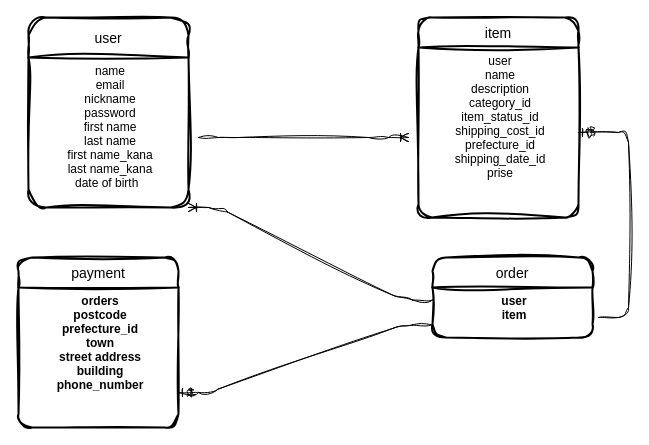
The draw.io diagram .dio in murakamihibiki/furima-39596, before the edit. Source tidied: cells renumbered, new cells numbered last; positions are measured from the earlier drawing's top-left corner, leaving out a move shared by most shapes. Both pictures are drawn from the tidied source at 100%, with x=0, y=0 at pixel (18, 17).
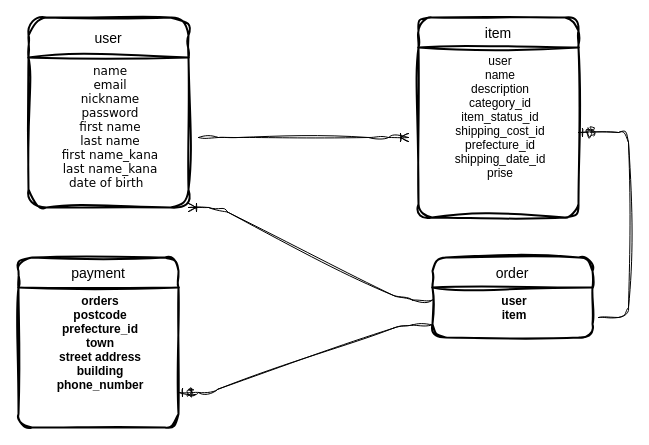
Above is the later version.

The edit, as a diff of the source:
```diff
@@
 <mxGraphModel>
   <root>
     <mxCell id="0" />
     <mxCell id="1" parent="0" />
     <mxCell id="2" value="user" style="swimlane;horizontal=1;startSize=40;rounded=1;fontSize=14;fontStyle=0;strokeWidth=2;shadow=0;dashed=0;align=center;sketch=1;curveFitting=1;jiggle=2;fontFamily=Helvetica;" parent="1" vertex="1">
       <mxGeometry x="10" width="160" height="190" as="geometry" />
     </mxCell>
-    <mxCell id="3" value="name&#10;email&#10;nickname&#10;password&#10;first name&#10;last name&#10;first name_kana&#10;last name_kana&#10;date of birth  &#10;" style="align=center;strokeColor=none;fillColor=none;spacingLeft=4;fontSize=12;verticalAlign=top;sketch=1;curveFitting=1;jiggle=2;fontFamily=Helvetica;" parent="2" vertex="1">
+    <mxCell id="3" value="name&#10;email&#10;nickname&#10;password&#10;first name&#10;last name&#10;first name_kana&#10;last name_kana&#10;date of birth  &#10;" style="align=center;strokeColor=none;fillColor=none;spacingLeft=4;fontSize=12;verticalAlign=top;sketch=1;curveFitting=1;jiggle=2;fontFamily=Verdana;" parent="2" vertex="1">
       <mxGeometry y="40" width="160" height="150" as="geometry" />
     </mxCell>
     <mxCell id="4" value="item" style="swimlane;horizontal=1;startSize=30;rounded=1;fontSize=14;fontStyle=0;strokeWidth=2;shadow=0;dashed=0;align=center;sketch=1;curveFitting=1;jiggle=2;fontFamily=Helvetica;" parent="1" vertex="1">
       <mxGeometry x="400" width="160" height="200" as="geometry" />
     </mxCell>
     <mxCell id="5" value="user&#10;name&#10;description&#10;category_id&#10;item_status_id&#10;shipping_cost_id&#10;prefecture_id&#10;shipping_date_id&#10;prise" style="align=center;strokeColor=none;fillColor=none;spacingLeft=4;fontSize=12;verticalAlign=top;fontStyle=0;sketch=1;curveFitting=1;jiggle=2;fontFamily=Helvetica;" parent="4" vertex="1">
       <mxGeometry y="30" width="160" height="170" as="geometry" />
     </mxCell>
     <mxCell id="6" value="order" style="swimlane;horizontal=1;startSize=30;rounded=1;fontSize=14;fontStyle=0;strokeWidth=2;shadow=0;dashed=0;align=center;sketch=1;hachureGap=4;jiggle=2;curveFitting=1;fontFamily=Helvetica;" parent="1" vertex="1">
       <mxGeometry x="414" y="240" width="160" height="80" as="geometry" />
     </mxCell>
     <mxCell id="7" value="user&#10;item&#10;" style="align=center;strokeColor=none;fillColor=none;spacingLeft=4;fontSize=12;verticalAlign=top;sketch=1;hachureGap=4;jiggle=2;curveFitting=1;fontFamily=Helvetica;fontStyle=1;" parent="6" vertex="1">
       <mxGeometry y="30" width="160" height="50" as="geometry" />
     </mxCell>
     <mxCell id="8" value="payment" style="swimlane;horizontal=1;startSize=30;rounded=1;fontSize=14;fontStyle=0;strokeWidth=2;shadow=0;dashed=0;align=center;sketch=1;hachureGap=4;jiggle=2;curveFitting=1;fontFamily=Helvetica;" parent="1" vertex="1">
       <mxGeometry y="240" width="160" height="170" as="geometry" />
     </mxCell>
     <mxCell id="9" value="orders&#10;postcode&#10;prefecture_id&#10;town&#10;street address&#10;building&#10;phone_number&#10;" style="align=center;strokeColor=none;fillColor=none;spacingLeft=4;fontSize=12;verticalAlign=top;sketch=1;hachureGap=4;jiggle=2;curveFitting=1;fontFamily=Helvetica;fontStyle=1;" parent="8" vertex="1">
       <mxGeometry y="30" width="160" height="140" as="geometry" />
     </mxCell>
     <mxCell id="10" style="edgeStyle=entityRelationEdgeStyle;fontSize=12;html=1;endArrow=ERoneToMany;sketch=1;hachureGap=4;jiggle=2;curveFitting=1;fontFamily=Helvetica;elbow=vertical;" parent="1" edge="1">
       <mxGeometry relative="1" as="geometry">
         <mxPoint x="180" y="120" as="sourcePoint" />
         <mxPoint x="390" y="120" as="targetPoint" />
       </mxGeometry>
     </mxCell>
     <mxCell id="11" style="edgeStyle=entityRelationEdgeStyle;fontSize=12;html=1;endArrow=ERoneToMany;sketch=1;hachureGap=4;jiggle=2;curveFitting=1;fontFamily=Helvetica;elbow=vertical;entryX=1;entryY=1;entryDx=0;entryDy=0;exitX=0;exitY=0.25;exitDx=0;exitDy=0;" parent="1" edge="1" source="7" target="3">
       <mxGeometry relative="1" as="geometry" />
     </mxCell>
     <mxCell id="12" style="edgeStyle=entityRelationEdgeStyle;fontSize=12;html=1;endArrow=ERzeroToOne;endFill=1;sketch=1;hachureGap=4;jiggle=2;curveFitting=1;fontFamily=Helvetica;elbow=vertical;entryX=1;entryY=0.75;entryDx=0;entryDy=0;exitX=0;exitY=0.75;exitDx=0;exitDy=0;" parent="1" edge="1" source="7" target="9">
       <mxGeometry relative="1" as="geometry" />
     </mxCell>
     <mxCell id="13" style="edgeStyle=entityRelationEdgeStyle;fontSize=12;html=1;endArrow=ERzeroToOne;endFill=1;sketch=1;hachureGap=4;jiggle=2;curveFitting=1;fontFamily=Helvetica;elbow=vertical;entryX=1;entryY=0.5;entryDx=0;entryDy=0;" parent="1" edge="1" target="5">
       <mxGeometry relative="1" as="geometry">
         <mxPoint x="580" y="300" as="sourcePoint" />
       </mxGeometry>
     </mxCell>
   </root>
 </mxGraphModel>
```
